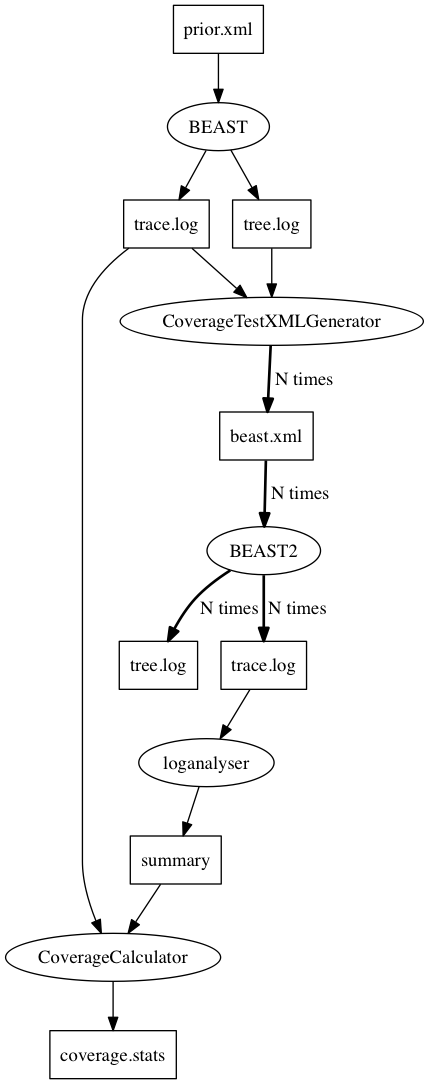
Earlier version of the Graphviz export figures/operatorTest.png (rbouckaert/DeveloperManual). Its source is kept beside it as figures/operatorTest.dot. The source it was exported from:
```dot
digraph G {
	prior_xml [shape=box, label="prior.xml"];
	trace_log [shape=box, label="trace.log"];
	tree_log [shape=box, label="tree.log"];
	tracelogs [shape=box, label="trace.log"];
	treelogs [shape=box, label="tree.log"];
	beast_xml [shape=box, label="beast.xml"];
	summary  [shape=box, label="summary"];
	coverage_stats [shape=box, label="coverage.stats"];
	prior_xml -> BEAST -> trace_log;
	BEAST -> tree_log;
	trace_log -> CoverageTestXMLGenerator;
	tree_log -> CoverageTestXMLGenerator;
	CoverageTestXMLGenerator -> beast_xml [style=bold,label=" N times"];
	beast_xml -> BEAST2[style=bold,label=" N times"];
	BEAST2 -> tracelogs[style=bold,label=" N times"];
	BEAST2 -> treelogs[style=bold,label=" N times"];
	tracelogs -> loganalyser -> summary -> CoverageCalculator -> coverage_stats;
	trace_log -> CoverageCalculator;
 }
```
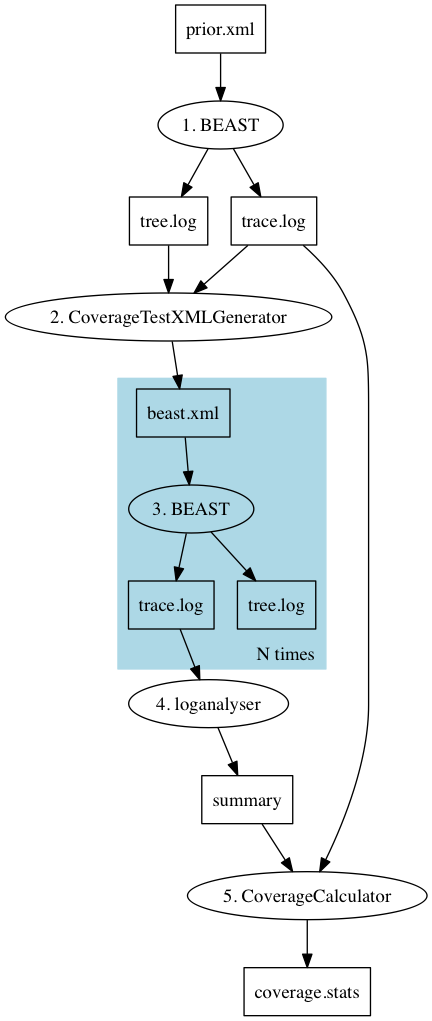
Later version of the same file.

Change to the diagram source:
```diff
@@ -6,15 +6,30 @@
 	treelogs [shape=box, label="tree.log"];
 	beast_xml [shape=box, label="beast.xml"];
 	summary  [shape=box, label="summary"];
+
+	BEAST [label="1. BEAST"];
+	CoverageTestXMLGenerator [label="2. CoverageTestXMLGenerator"]
+	BEAST2 [label="3. BEAST"];
+	loganalyser [label="4. loganalyser"];
+	CoverageCalculator [label="5. CoverageCalculator"];
+
+
 	coverage_stats [shape=box, label="coverage.stats"];
 	prior_xml -> BEAST -> trace_log;
 	BEAST -> tree_log;
 	trace_log -> CoverageTestXMLGenerator;
 	tree_log -> CoverageTestXMLGenerator;
-	CoverageTestXMLGenerator -> beast_xml [style=bold,label=" N times"];
-	beast_xml -> BEAST2[style=bold,label=" N times"];
-	BEAST2 -> tracelogs[style=bold,label=" N times"];
-	BEAST2 -> treelogs[style=bold,label=" N times"];
+	CoverageTestXMLGenerator -> beast_xml
+	subgraph cluster0 {
+		beast_xml -> BEAST2;
+		BEAST2 -> tracelogs;
+		BEAST2 -> treelogs;
+		labeljust="r";
+		labelloc="b";
+	    label=" N times";
+		style=filled;
+		color=lightblue;
+			}
 	tracelogs -> loganalyser -> summary -> CoverageCalculator -> coverage_stats;
 	trace_log -> CoverageCalculator;
  }
```
